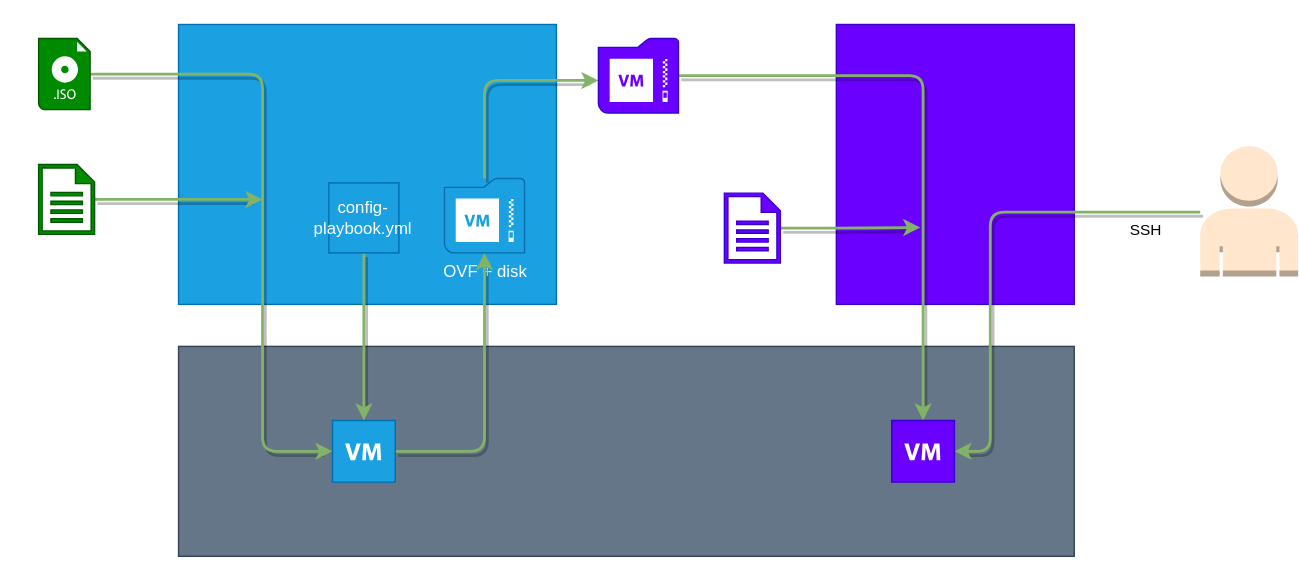
Before: README.images/overview_diagram.drawio.svg, a diagram exported from draw.io (repping/packer-centos8stream-vagrant-basic-box). Source tidied: cells renumbered, new cells last; positions are measured from the earlier drawing's top-left corner, leaving out a move shared by most shapes. Source of this version:
```xml
<mxGraphModel>
  <root>
    <mxCell id="0" />
    <mxCell id="1" parent="0" />
    <mxCell id="2" value="&lt;div&gt;&lt;span&gt;VirtualBox&lt;/span&gt;&lt;/div&gt;" style="rounded=0;whiteSpace=wrap;html=1;fillColor=#647687;strokeColor=#314354;fontColor=#ffffff;align=center;labelPosition=center;verticalLabelPosition=bottom;verticalAlign=top;" parent="1" vertex="1">
      <mxGeometry x="100" y="230" width="640" height="150" as="geometry" />
    </mxCell>
    <mxCell id="3" value="Packer" style="rounded=0;whiteSpace=wrap;html=1;fillColor=#1ba1e2;strokeColor=#006EAF;fontColor=#ffffff;labelPosition=center;verticalLabelPosition=top;align=center;verticalAlign=bottom;" parent="1" vertex="1">
      <mxGeometry x="100" width="270" height="200" as="geometry" />
    </mxCell>
    <mxCell id="4" value="Vagrant" style="rounded=0;whiteSpace=wrap;html=1;fillColor=#6a00ff;strokeColor=#3700CC;fontColor=#ffffff;labelPosition=center;verticalLabelPosition=top;align=center;verticalAlign=bottom;" parent="1" vertex="1">
      <mxGeometry x="570" width="170" height="200" as="geometry" />
    </mxCell>
    <mxCell id="5" style="edgeStyle=orthogonalEdgeStyle;html=1;fillColor=#d5e8d4;strokeColor=#82b366;strokeWidth=2;shadow=1;gradientColor=#97d077;" parent="1" edge="1" source="6" target="12">
      <mxGeometry relative="1" as="geometry">
        <Array as="points">
          <mxPoint x="160" y="35" />
          <mxPoint x="160" y="305" />
        </Array>
      </mxGeometry>
    </mxCell>
    <mxCell id="6" value="Centos 8 Stream" style="shadow=0;dashed=0;html=1;labelPosition=center;verticalLabelPosition=bottom;verticalAlign=top;align=center;outlineConnect=0;shape=mxgraph.veeam.iso;fillColor=#008a00;strokeColor=#005700;fontColor=#ffffff;" parent="1" vertex="1">
      <mxGeometry y="10" width="36.8" height="50.8" as="geometry" />
    </mxCell>
    <mxCell id="7" style="edgeStyle=orthogonalEdgeStyle;html=1;strokeWidth=2;fillColor=#d5e8d4;strokeColor=#82b366;shadow=1;gradientColor=#97d077;" parent="1" edge="1" source="8" target="10">
      <mxGeometry relative="1" as="geometry">
        <Array as="points">
          <mxPoint x="319" y="40" />
        </Array>
      </mxGeometry>
    </mxCell>
    <mxCell id="8" value="OVF + disk" style="shadow=0;dashed=0;html=1;strokeColor=#006EAF;fillColor=#1ba1e2;labelPosition=center;verticalLabelPosition=bottom;verticalAlign=top;align=center;outlineConnect=0;shape=mxgraph.veeam.2d.vm_backup;fontColor=#ffffff;" parent="1" vertex="1">
      <mxGeometry x="290" y="110" width="57.2" height="53.2" as="geometry" />
    </mxCell>
    <mxCell id="9" style="edgeStyle=orthogonalEdgeStyle;html=1;strokeWidth=2;fillColor=#d5e8d4;strokeColor=#82b366;shadow=1;gradientColor=#97d077;" parent="1" edge="1" source="10" target="22">
      <mxGeometry relative="1" as="geometry" />
    </mxCell>
    <mxCell id="10" value="Vagrant Box" style="shadow=0;dashed=0;html=1;strokeColor=#3700CC;fillColor=#6a00ff;labelPosition=center;verticalLabelPosition=bottom;verticalAlign=top;align=center;outlineConnect=0;shape=mxgraph.veeam.2d.vm_backup;fontColor=#ffffff;" parent="1" vertex="1">
      <mxGeometry x="400" y="10" width="57.2" height="53.2" as="geometry" />
    </mxCell>
    <mxCell id="11" style="edgeStyle=orthogonalEdgeStyle;html=1;strokeWidth=2;fillColor=#d5e8d4;strokeColor=#82b366;shadow=1;gradientColor=#97d077;" parent="1" edge="1" source="12" target="8">
      <mxGeometry relative="1" as="geometry" />
    </mxCell>
    <mxCell id="12" style="shadow=0;dashed=0;html=1;strokeColor=#006EAF;fillColor=#1ba1e2;labelPosition=center;verticalLabelPosition=bottom;verticalAlign=top;align=center;outlineConnect=0;shape=mxgraph.veeam.2d.virtual_machine;fontColor=#ffffff;" parent="1" vertex="1">
      <mxGeometry x="210" y="283" width="44.8" height="44" as="geometry" />
    </mxCell>
    <mxCell id="13" style="edgeStyle=orthogonalEdgeStyle;html=1;strokeWidth=2;fillColor=#d5e8d4;strokeColor=#82b366;shadow=1;gradientColor=#97d077;" parent="1" edge="1" source="14" target="12">
      <mxGeometry relative="1" as="geometry" />
    </mxCell>
    <mxCell id="14" value="config-playbook.yml" style="whiteSpace=wrap;html=1;fillColor=#1ba1e2;strokeColor=#006EAF;fontColor=#ffffff;" parent="1" vertex="1">
      <mxGeometry x="207.4" y="113.2" width="50" height="50" as="geometry" />
    </mxCell>
    <mxCell id="15" style="edgeStyle=orthogonalEdgeStyle;html=1;strokeWidth=2;fillColor=#d5e8d4;strokeColor=#82b366;shadow=1;gradientColor=#97d077;" parent="1" edge="1" source="16">
      <mxGeometry relative="1" as="geometry">
        <mxPoint x="160" y="125" as="targetPoint" />
      </mxGeometry>
    </mxCell>
    <mxCell id="16" value="kickstart.cfg&lt;br&gt;" style="shadow=0;dashed=0;html=1;strokeColor=#005700;labelPosition=center;verticalLabelPosition=bottom;verticalAlign=top;align=center;fillColor=#008a00;shape=mxgraph.mscae.enterprise.document;fontColor=#ffffff;" parent="1" vertex="1">
      <mxGeometry y="100" width="40" height="50" as="geometry" />
    </mxCell>
    <mxCell id="17" style="edgeStyle=orthogonalEdgeStyle;html=1;strokeWidth=2;fillColor=#d5e8d4;strokeColor=#82b366;shadow=1;gradientColor=#97d077;" parent="1" edge="1" source="18">
      <mxGeometry relative="1" as="geometry">
        <mxPoint x="630" y="145" as="targetPoint" />
      </mxGeometry>
    </mxCell>
    <mxCell id="18" value="Vagrantfile" style="shadow=0;dashed=0;html=1;strokeColor=#3700CC;labelPosition=center;verticalLabelPosition=bottom;verticalAlign=top;align=center;fillColor=#6a00ff;shape=mxgraph.mscae.enterprise.document;fontColor=#ffffff;" parent="1" vertex="1">
      <mxGeometry x="490" y="120.5" width="40" height="50" as="geometry" />
    </mxCell>
    <mxCell id="19" style="outlineConnect=0;dashed=0;verticalLabelPosition=bottom;verticalAlign=top;align=center;html=1;shape=mxgraph.aws3.user;fillColor=#ffe6cc;strokeColor=#d79b00;" parent="1" vertex="1">
      <mxGeometry x="830" y="87" width="70" height="93" as="geometry" />
    </mxCell>
    <mxCell id="20" style="edgeStyle=orthogonalEdgeStyle;html=1;strokeWidth=2;fillColor=#d5e8d4;strokeColor=#82b366;endArrow=none;endFill=0;startArrow=classic;startFill=1;shadow=1;gradientColor=#97d077;" parent="1" edge="1" source="22" target="19">
      <mxGeometry relative="1" as="geometry">
        <Array as="points">
          <mxPoint x="680" y="305" />
          <mxPoint x="680" y="134" />
        </Array>
      </mxGeometry>
    </mxCell>
    <mxCell id="21" value="SSH" style="edgeLabel;html=1;align=center;verticalAlign=middle;" parent="20" vertex="1">
      <mxGeometry x="0.79" y="-2" relative="1" as="geometry">
        <mxPoint x="-4" y="10" as="offset" />
      </mxGeometry>
    </mxCell>
    <mxCell id="22" style="shadow=0;dashed=0;html=1;strokeColor=#3700CC;fillColor=#6a00ff;labelPosition=center;verticalLabelPosition=bottom;verticalAlign=top;align=center;outlineConnect=0;shape=mxgraph.veeam.2d.virtual_machine;fontColor=#ffffff;" parent="1" vertex="1">
      <mxGeometry x="609.6" y="283" width="44.8" height="44" as="geometry" />
    </mxCell>
  </root>
</mxGraphModel>
```
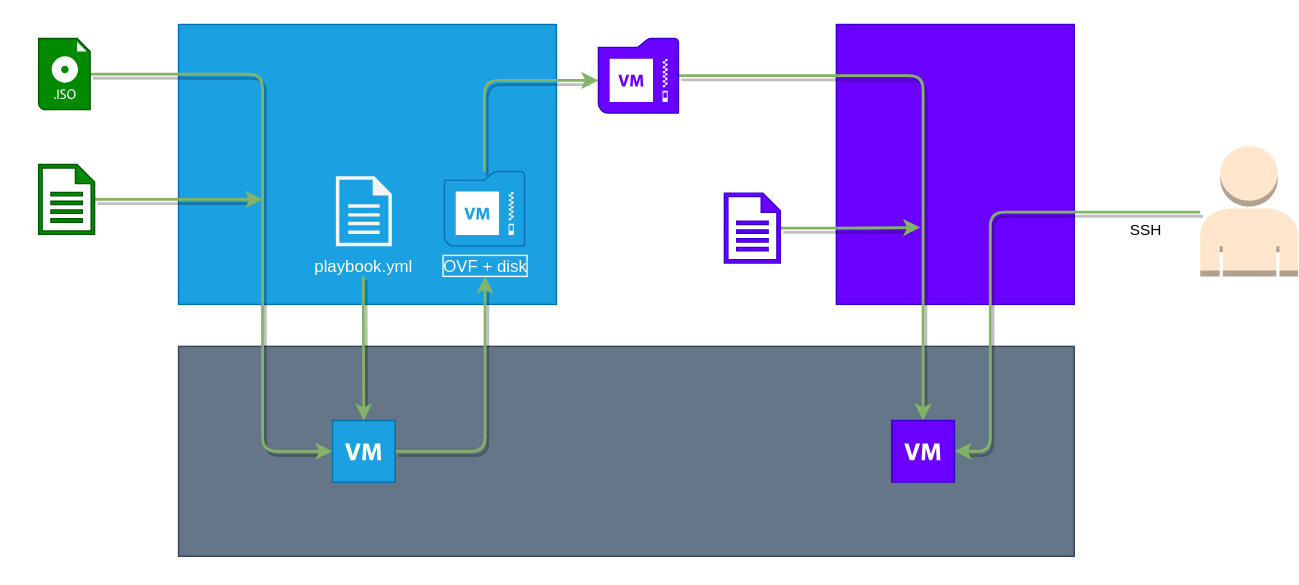
After the commit.

The edit, as a diff of the source:
```diff
@@ -8,6 +8,11 @@
     <mxCell id="3" value="Packer" style="rounded=0;whiteSpace=wrap;html=1;fillColor=#1ba1e2;strokeColor=#006EAF;fontColor=#ffffff;labelPosition=center;verticalLabelPosition=top;align=center;verticalAlign=bottom;" parent="1" vertex="1">
       <mxGeometry x="100" width="270" height="200" as="geometry" />
     </mxCell>
+    <mxCell id="11" style="edgeStyle=orthogonalEdgeStyle;html=1;strokeWidth=2;fillColor=#d5e8d4;strokeColor=#82b366;shadow=1;gradientColor=#97d077;" parent="1" edge="1" source="12">
+      <mxGeometry relative="1" as="geometry">
+        <mxPoint x="319" y="180" as="targetPoint" />
+      </mxGeometry>
+    </mxCell>
     <mxCell id="4" value="Vagrant" style="rounded=0;whiteSpace=wrap;html=1;fillColor=#6a00ff;strokeColor=#3700CC;fontColor=#ffffff;labelPosition=center;verticalLabelPosition=top;align=center;verticalAlign=bottom;" parent="1" vertex="1">
       <mxGeometry x="570" width="170" height="200" as="geometry" />
     </mxCell>
@@ -29,27 +34,15 @@
         </Array>
       </mxGeometry>
     </mxCell>
-    <mxCell id="8" value="OVF + disk" style="shadow=0;dashed=0;html=1;strokeColor=#006EAF;fillColor=#1ba1e2;labelPosition=center;verticalLabelPosition=bottom;verticalAlign=top;align=center;outlineConnect=0;shape=mxgraph.veeam.2d.vm_backup;fontColor=#ffffff;" parent="1" vertex="1">
-      <mxGeometry x="290" y="110" width="57.2" height="53.2" as="geometry" />
-    </mxCell>
     <mxCell id="9" style="edgeStyle=orthogonalEdgeStyle;html=1;strokeWidth=2;fillColor=#d5e8d4;strokeColor=#82b366;shadow=1;gradientColor=#97d077;" parent="1" edge="1" source="10" target="22">
       <mxGeometry relative="1" as="geometry" />
     </mxCell>
     <mxCell id="10" value="Vagrant Box" style="shadow=0;dashed=0;html=1;strokeColor=#3700CC;fillColor=#6a00ff;labelPosition=center;verticalLabelPosition=bottom;verticalAlign=top;align=center;outlineConnect=0;shape=mxgraph.veeam.2d.vm_backup;fontColor=#ffffff;" parent="1" vertex="1">
       <mxGeometry x="400" y="10" width="57.2" height="53.2" as="geometry" />
     </mxCell>
-    <mxCell id="11" style="edgeStyle=orthogonalEdgeStyle;html=1;strokeWidth=2;fillColor=#d5e8d4;strokeColor=#82b366;shadow=1;gradientColor=#97d077;" parent="1" edge="1" source="12" target="8">
-      <mxGeometry relative="1" as="geometry" />
-    </mxCell>
     <mxCell id="12" style="shadow=0;dashed=0;html=1;strokeColor=#006EAF;fillColor=#1ba1e2;labelPosition=center;verticalLabelPosition=bottom;verticalAlign=top;align=center;outlineConnect=0;shape=mxgraph.veeam.2d.virtual_machine;fontColor=#ffffff;" parent="1" vertex="1">
       <mxGeometry x="210" y="283" width="44.8" height="44" as="geometry" />
     </mxCell>
-    <mxCell id="13" style="edgeStyle=orthogonalEdgeStyle;html=1;strokeWidth=2;fillColor=#d5e8d4;strokeColor=#82b366;shadow=1;gradientColor=#97d077;" parent="1" edge="1" source="14" target="12">
-      <mxGeometry relative="1" as="geometry" />
-    </mxCell>
-    <mxCell id="14" value="config-playbook.yml" style="whiteSpace=wrap;html=1;fillColor=#1ba1e2;strokeColor=#006EAF;fontColor=#ffffff;" parent="1" vertex="1">
-      <mxGeometry x="207.4" y="113.2" width="50" height="50" as="geometry" />
-    </mxCell>
     <mxCell id="15" style="edgeStyle=orthogonalEdgeStyle;html=1;strokeWidth=2;fillColor=#d5e8d4;strokeColor=#82b366;shadow=1;gradientColor=#97d077;" parent="1" edge="1" source="16">
       <mxGeometry relative="1" as="geometry">
         <mxPoint x="160" y="125" as="targetPoint" />
@@ -85,5 +78,16 @@
     <mxCell id="22" style="shadow=0;dashed=0;html=1;strokeColor=#3700CC;fillColor=#6a00ff;labelPosition=center;verticalLabelPosition=bottom;verticalAlign=top;align=center;outlineConnect=0;shape=mxgraph.veeam.2d.virtual_machine;fontColor=#ffffff;" parent="1" vertex="1">
       <mxGeometry x="609.6" y="283" width="44.8" height="44" as="geometry" />
     </mxCell>
+    <mxCell id="8" value="OVF + disk" style="shadow=0;dashed=0;html=1;strokeColor=#006EAF;fillColor=#1ba1e2;labelPosition=center;verticalLabelPosition=bottom;verticalAlign=top;align=center;outlineConnect=0;shape=mxgraph.veeam.2d.vm_backup;fontColor=#ffffff;labelBorderColor=#F7F7F7;" parent="1" vertex="1">
+      <mxGeometry x="290" y="105" width="57.2" height="53.2" as="geometry" />
+    </mxCell>
+    <mxCell id="23" style="edgeStyle=none;html=1;fillColor=#d5e8d4;strokeColor=#82b366;shadow=1;strokeWidth=2;" parent="1" edge="1" target="12">
+      <mxGeometry relative="1" as="geometry">
+        <mxPoint x="232" y="180" as="sourcePoint" />
+      </mxGeometry>
+    </mxCell>
+    <mxCell id="24" value="playbook.yml" style="shadow=0;dashed=0;html=1;labelPosition=center;verticalLabelPosition=bottom;verticalAlign=top;align=center;fillColor=#f5f5f5;shape=mxgraph.mscae.enterprise.document;fontStyle=0;fontColor=#FFFFFF;labelBorderColor=none;strokeColor=none;" parent="1" vertex="1">
+      <mxGeometry x="212.4" y="108.5" width="40" height="50" as="geometry" />
+    </mxCell>
   </root>
 </mxGraphModel>
```
